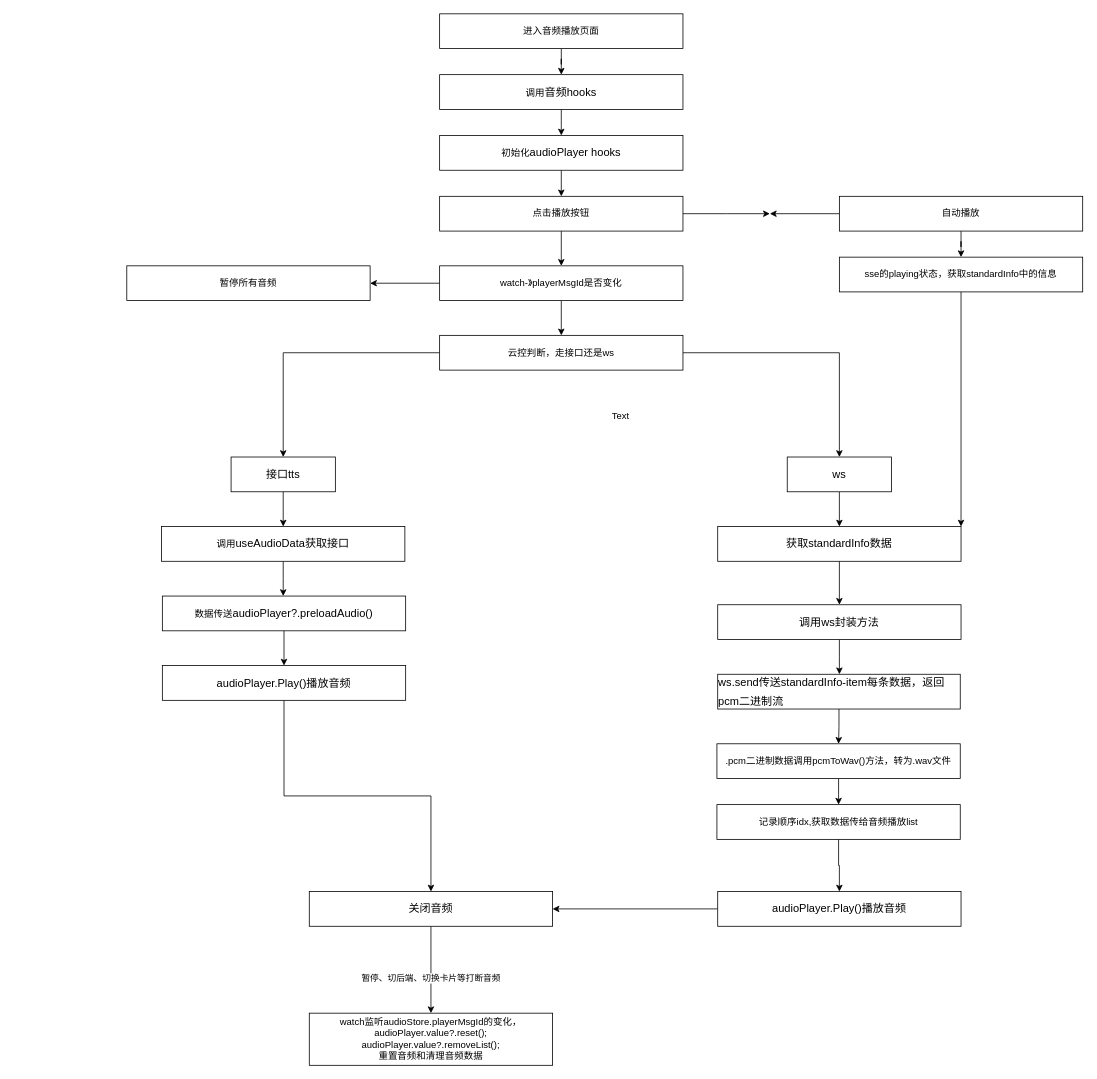
The draw.io diagram audio_play.drawio in onlyhappy/Demo, before the edit. Source tidied: cells renumbered, new cells numbered last; positions are measured from the earlier drawing's top-left corner, leaving out a move shared by most shapes. Both pictures are drawn from the tidied source at 79%, with x=0, y=0 at pixel (126, 13).
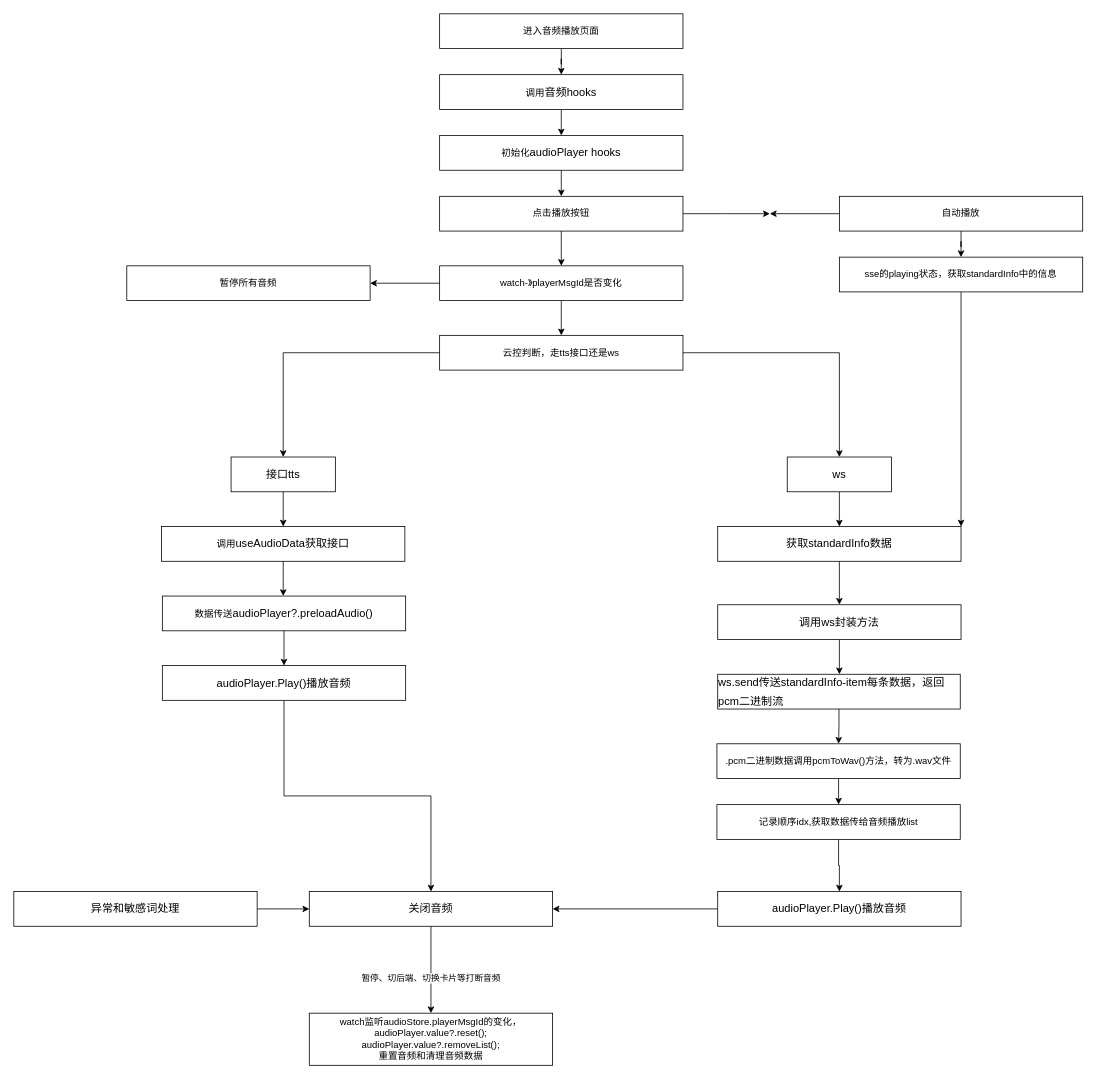
The same diagram, later.

The change refers to these unchanged cells:
```xml
<mxCell id="35" value="&lt;article data-content=&quot;[{&amp;quot;type&amp;quot;:&amp;quot;block&amp;quot;,&amp;quot;id&amp;quot;:&amp;quot;qp7v-1732696269139&amp;quot;,&amp;quot;name&amp;quot;:&amp;quot;paragraph&amp;quot;,&amp;quot;data&amp;quot;:{},&amp;quot;nodes&amp;quot;:[{&amp;quot;type&amp;quot;:&amp;quot;text&amp;quot;,&amp;quot;id&amp;quot;:&amp;quot;XYNN-1732690025734&amp;quot;,&amp;quot;leaves&amp;quot;:[{&amp;quot;text&amp;quot;:&amp;quot;audio.Play()播放音频&amp;quot;,&amp;quot;marks&amp;quot;:[]}]}]}]&quot;&gt;&lt;div style=&quot;white-space-collapse: preserve; line-height: 1.75; font-size: 14px; text-align: left;&quot;&gt;关闭音频&lt;/div&gt;&lt;/article&gt;" style="rounded=0;whiteSpace=wrap;html=1;" parent="1" vertex="1">
  <mxGeometry x="231" y="1111" width="308" height="44" as="geometry" />
</mxCell>
```

Diff of the diagram source:
```diff
@@
-    <mxCell id="25" value="云控判断，走接口还是ws" style="rounded=0;whiteSpace=wrap;html=1;" parent="1" vertex="1">
+    <mxCell id="25" value="云控判断，走tts接口还是ws" style="rounded=0;whiteSpace=wrap;html=1;" parent="1" vertex="1">
       <mxGeometry x="396" y="407" width="308" height="44" as="geometry" />
     </mxCell>
@@
-    <mxCell id="41" value="Text" style="text;html=1;align=center;verticalAlign=middle;strokeColor=none;fillColor=none;" parent="1" vertex="1">
-      <mxGeometry x="603" y="492" width="44" height="33" as="geometry" />
-    </mxCell>
@@
+    <mxCell id="50" style="edgeStyle=orthogonalEdgeStyle;rounded=0;jettySize=auto;html=1;entryX=0;entryY=0.5;entryDx=0;entryDy=0;" parent="1" edge="1" source="51" target="35">
+      <mxGeometry relative="1" as="geometry" />
+    </mxCell>
+    <mxCell id="51" value="&lt;article data-content=&quot;[{&amp;quot;type&amp;quot;:&amp;quot;block&amp;quot;,&amp;quot;id&amp;quot;:&amp;quot;qp7v-1732696269139&amp;quot;,&amp;quot;name&amp;quot;:&amp;quot;paragraph&amp;quot;,&amp;quot;data&amp;quot;:{},&amp;quot;nodes&amp;quot;:[{&amp;quot;type&amp;quot;:&amp;quot;text&amp;quot;,&amp;quot;id&amp;quot;:&amp;quot;XYNN-1732690025734&amp;quot;,&amp;quot;leaves&amp;quot;:[{&amp;quot;text&amp;quot;:&amp;quot;audio.Play()播放音频&amp;quot;,&amp;quot;marks&amp;quot;:[]}]}]}]&quot;&gt;&lt;div style=&quot;white-space-collapse: preserve; line-height: 1.75; font-size: 14px; text-align: left;&quot;&gt;异常和敏感词处理&lt;/div&gt;&lt;/article&gt;" style="rounded=0;whiteSpace=wrap;html=1;" parent="1" vertex="1">
+      <mxGeometry x="-143" y="1111" width="308" height="44" as="geometry" />
+    </mxCell>
```
